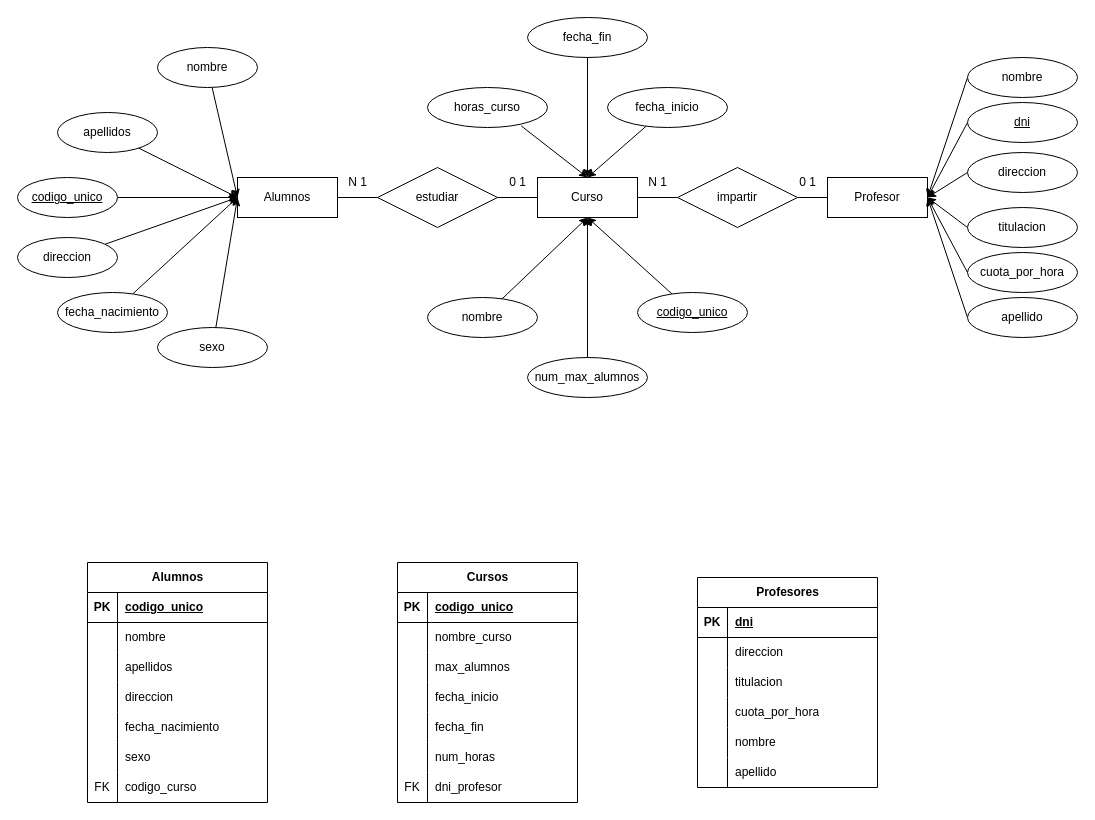
The draw.io diagram Diagrama_Ej12.drawio in adriii28/agm-tsys-TA14-mysql-18102023, before the edit. Source tidied: cells renumbered, new cells numbered last; positions are measured from the earlier drawing's top-left corner, leaving out a move shared by most shapes. Both pictures are drawn from the tidied source at 100%, with x=0, y=0 at pixel (17, 17).
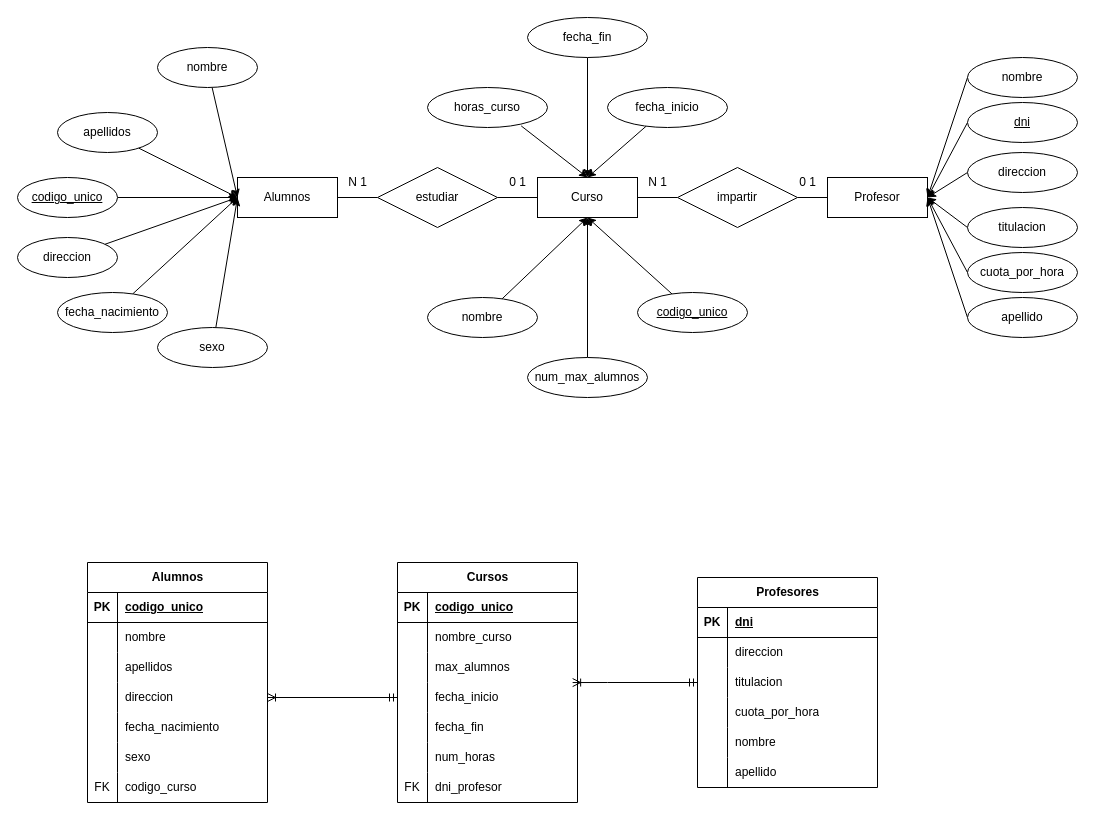
The same diagram, later.

The change refers to these unchanged cells:
```xml
<mxCell id="56" style="shape=tableRow;horizontal=0;startSize=0;swimlaneHead=0;swimlaneBody=0;fillColor=none;points=[[0,0.5],[1,0.5]];portConstraint=eastwest;top=0;left=0;right=0;bottom=0;" parent="46" vertex="1">
  <mxGeometry y="120" width="180" height="30" as="geometry" />
</mxCell>
<mxCell id="75" style="shape=tableRow;horizontal=0;startSize=0;swimlaneHead=0;swimlaneBody=0;fillColor=none;points=[[0,0.5],[1,0.5]];portConstraint=eastwest;top=0;left=0;right=0;bottom=0;" parent="68" vertex="1">
  <mxGeometry y="90" width="180" height="30" as="geometry" />
</mxCell>
<mxCell id="101" style="shape=tableRow;horizontal=0;startSize=0;swimlaneHead=0;swimlaneBody=0;fillColor=none;points=[[0,0.5],[1,0.5]];portConstraint=eastwest;top=0;left=0;right=0;bottom=0;" parent="91" vertex="1">
  <mxGeometry y="120" width="180" height="30" as="geometry" />
</mxCell>
```

The edit, as a diff of the source:
```diff
@@
+    <mxCell id="114" style="edgeStyle=orthogonalEdgeStyle;rounded=0;jettySize=auto;html=1;entryX=1;entryY=0.5;entryDx=0;entryDy=0;startArrow=ERmandOne;startFill=0;endArrow=ERoneToMany;endFill=0;" parent="1" edge="1" source="101" target="56">
+      <mxGeometry relative="1" as="geometry" />
+    </mxCell>
+    <mxCell id="115" style="edgeStyle=orthogonalEdgeStyle;rounded=0;jettySize=auto;html=1;startArrow=ERmandOne;startFill=0;endArrow=ERoneToMany;endFill=0;entryX=0.973;entryY=0.002;entryDx=0;entryDy=0;entryPerimeter=0;" parent="1" edge="1" source="75" target="101">
+      <mxGeometry relative="1" as="geometry">
+        <Array as="points">
+          <mxPoint x="590" y="665" />
+          <mxPoint x="590" y="665" />
+        </Array>
+      </mxGeometry>
+    </mxCell>
```
